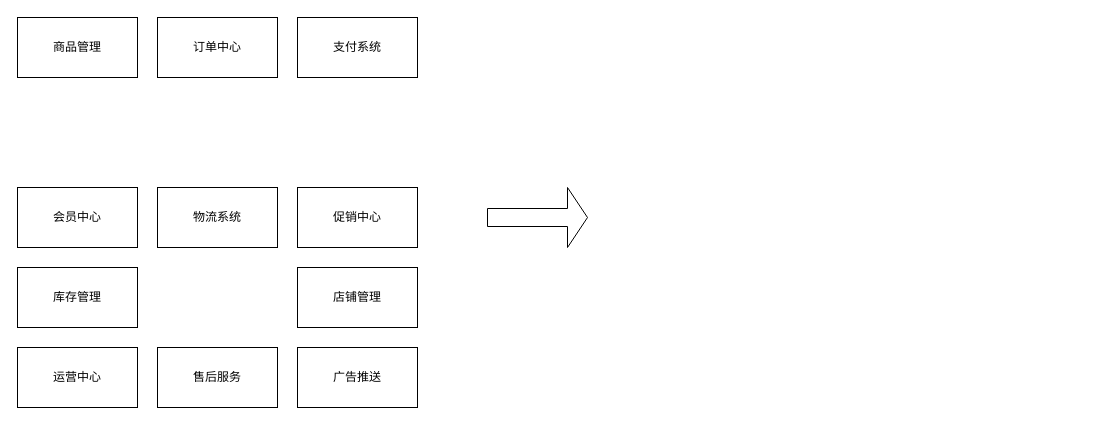
Above: 未命名绘图.drawio in championluo/drawIOStore (draw.io), before the change. Source tidied: cells renumbered, new cells numbered last; positions are measured from the earlier drawing's top-left corner, leaving out a move shared by most shapes. Both pictures are drawn from the tidied source at 100%, with x=0, y=0 at pixel (17, 17).
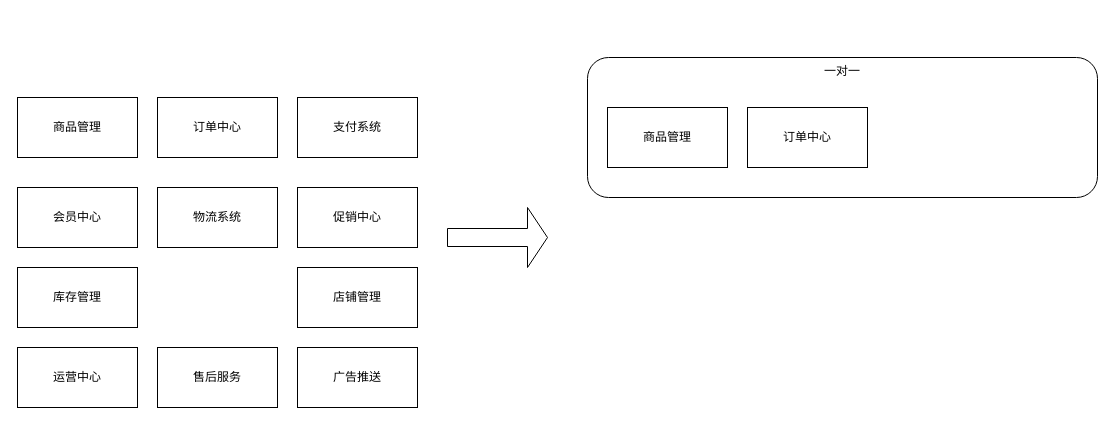
The same diagram, later.

Commit message:
更新未命名绘图.drawio

The edit, as a diff of the source:
```diff
@@
 <mxGraphModel>
   <root>
     <mxCell id="0" />
     <mxCell id="1" parent="0" />
+    <mxCell id="14" value="一对一" style="rounded=1;whiteSpace=wrap;html=1;align=center;verticalAlign=top;" parent="1" vertex="1">
+      <mxGeometry x="570" y="40" width="510" height="140" as="geometry" />
+    </mxCell>
     <mxCell id="2" value="商品管理" style="rounded=0;whiteSpace=wrap;html=1;" parent="1" vertex="1">
-      <mxGeometry width="120" height="60" as="geometry" />
+      <mxGeometry y="80" width="120" height="60" as="geometry" />
     </mxCell>
     <mxCell id="3" value="订单中心" style="rounded=0;whiteSpace=wrap;html=1;" parent="1" vertex="1">
-      <mxGeometry x="140" width="120" height="60" as="geometry" />
+      <mxGeometry x="730" y="90" width="120" height="60" as="geometry" />
     </mxCell>
     <mxCell id="4" value="会员中心" style="rounded=0;whiteSpace=wrap;html=1;" parent="1" vertex="1">
       <mxGeometry y="170" width="120" height="60" as="geometry" />
     </mxCell>
     <mxCell id="5" value="库存管理" style="rounded=0;whiteSpace=wrap;html=1;" parent="1" vertex="1">
       <mxGeometry y="250" width="120" height="60" as="geometry" />
     </mxCell>
     <mxCell id="6" value="物流系统" style="rounded=0;whiteSpace=wrap;html=1;" parent="1" vertex="1">
       <mxGeometry x="140" y="170" width="120" height="60" as="geometry" />
     </mxCell>
     <mxCell id="7" value="促销中心" style="rounded=0;whiteSpace=wrap;html=1;" parent="1" vertex="1">
       <mxGeometry x="280" y="170" width="120" height="60" as="geometry" />
     </mxCell>
     <mxCell id="8" value="支付系统" style="rounded=0;whiteSpace=wrap;html=1;" parent="1" vertex="1">
-      <mxGeometry x="280" width="120" height="60" as="geometry" />
+      <mxGeometry x="280" y="80" width="120" height="60" as="geometry" />
     </mxCell>
     <mxCell id="9" value="售后服务" style="rounded=0;whiteSpace=wrap;html=1;" parent="1" vertex="1">
       <mxGeometry x="140" y="330" width="120" height="60" as="geometry" />
     </mxCell>
     <mxCell id="10" value="店铺管理" style="rounded=0;whiteSpace=wrap;html=1;" parent="1" vertex="1">
       <mxGeometry x="280" y="250" width="120" height="60" as="geometry" />
     </mxCell>
     <mxCell id="11" value="运营中心" style="rounded=0;whiteSpace=wrap;html=1;" parent="1" vertex="1">
       <mxGeometry y="330" width="120" height="60" as="geometry" />
     </mxCell>
     <mxCell id="12" value="广告推送" style="rounded=0;whiteSpace=wrap;html=1;" parent="1" vertex="1">
       <mxGeometry x="280" y="330" width="120" height="60" as="geometry" />
     </mxCell>
     <mxCell id="13" style="shape=singleArrow;whiteSpace=wrap;html=1;" parent="1" vertex="1">
-      <mxGeometry x="470" y="170" width="100" height="60" as="geometry" />
+      <mxGeometry x="430" y="190" width="100" height="60" as="geometry" />
     </mxCell>
+    <mxCell id="15" value="商品管理" style="rounded=0;whiteSpace=wrap;html=1;" parent="1" vertex="1">
+      <mxGeometry x="590" y="90" width="120" height="60" as="geometry" />
+    </mxCell>
+    <mxCell id="16" value="订单中心" style="rounded=0;whiteSpace=wrap;html=1;" parent="1" vertex="1">
+      <mxGeometry x="140" y="80" width="120" height="60" as="geometry" />
+    </mxCell>
   </root>
 </mxGraphModel>
```
